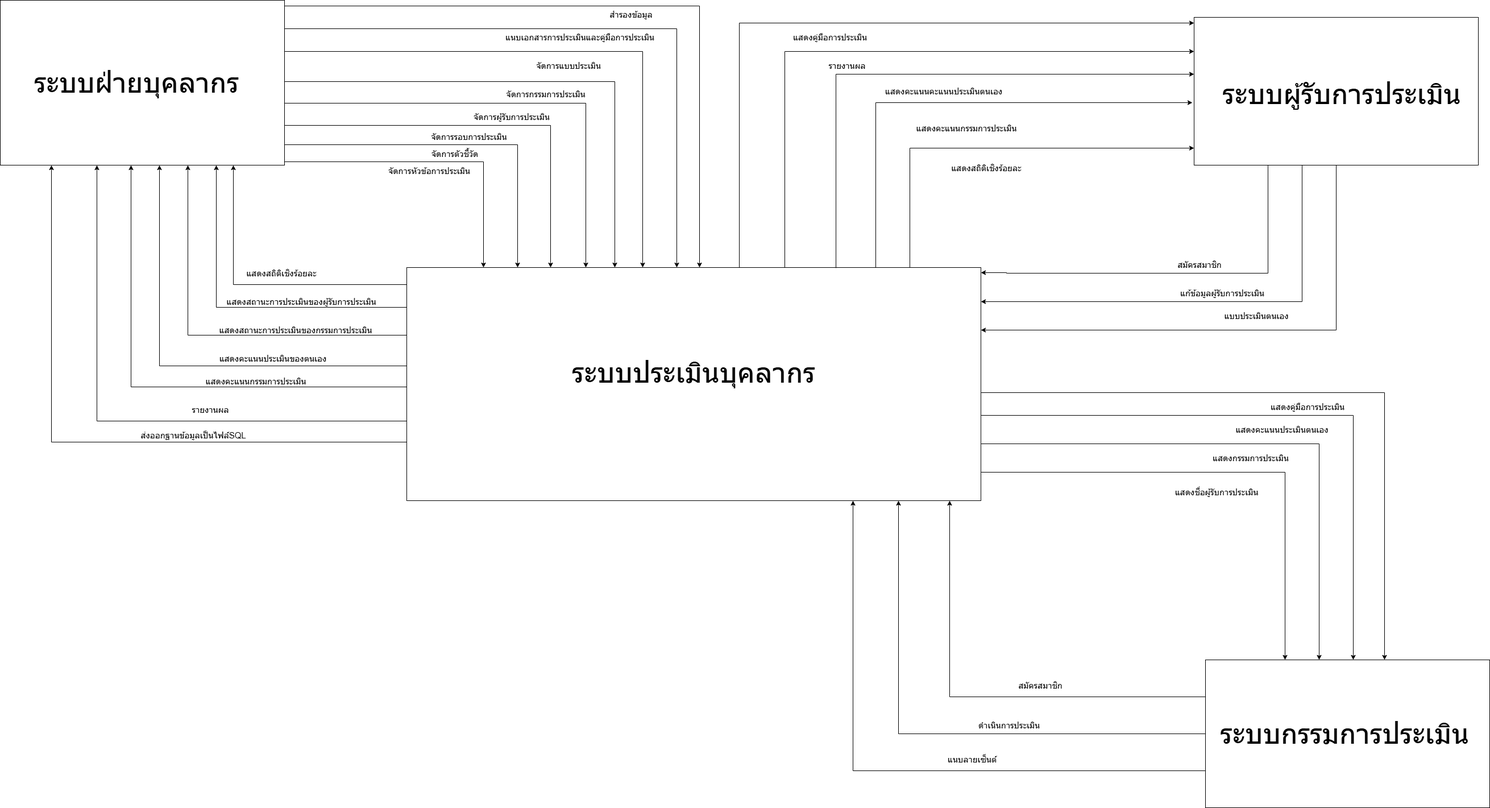
Above: Draw-pre30/pretest30-pre30-1.drawio.png in YoomaTakahashi/pretest30 (draw.io), before the change. Source tidied: cells renumbered, new cells last; positions are measured from the earlier drawing's top-left corner, leaving out a move shared by most shapes.
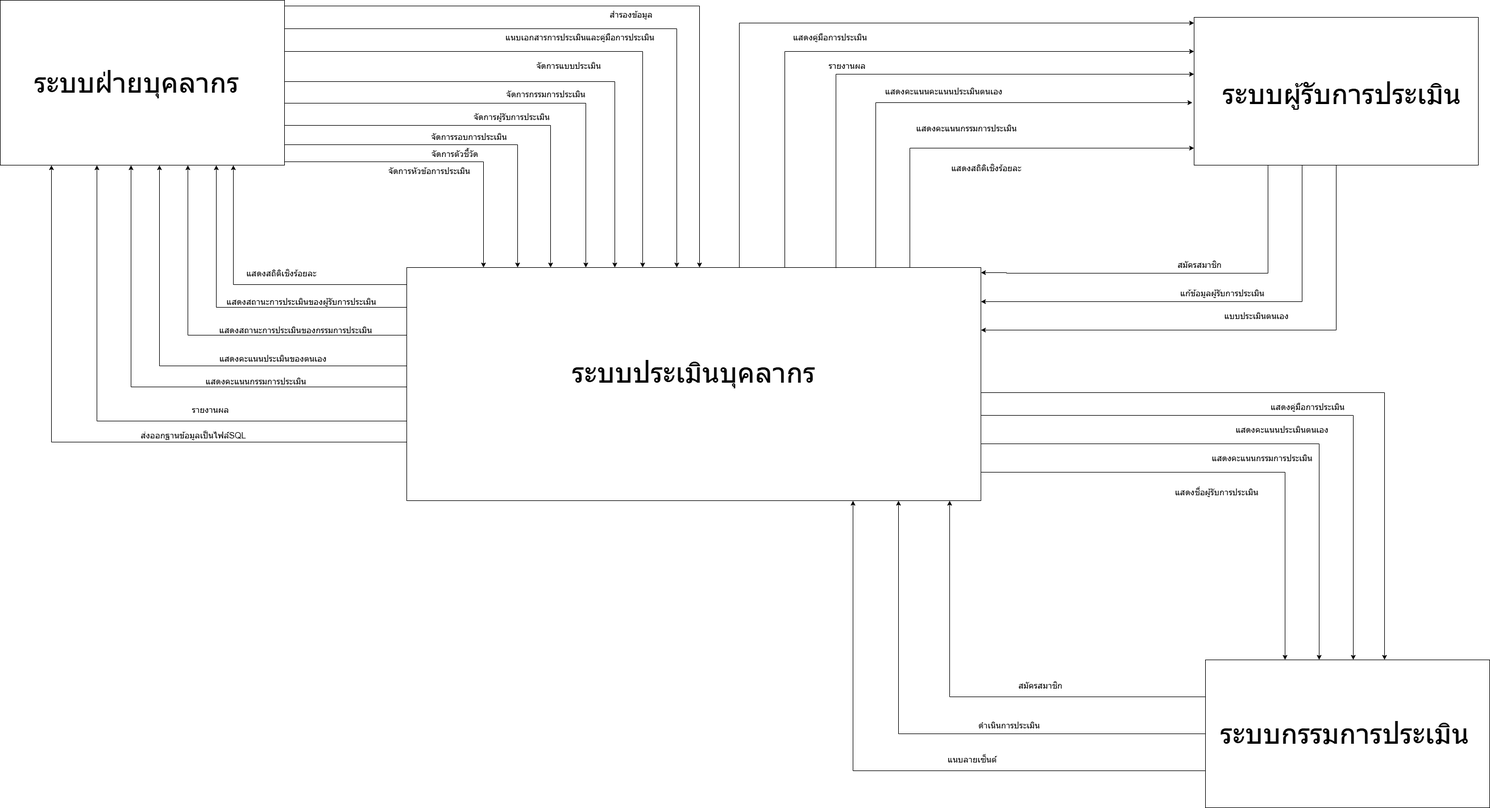
The same diagram one commit later.

Commit message:
draw-signature

The edit, as a diff of the source:
```diff
@@ -121,8 +121,8 @@
     <mxCell id="23" value="&lt;font style=&quot;font-size: 15px;&quot;&gt;แสดงคะแนนประเมินตนเอง&lt;/font&gt;" style="text;html=1;whiteSpace=wrap;strokeColor=none;fillColor=none;align=center;verticalAlign=middle;rounded=0;" parent="1" vertex="1">
       <mxGeometry x="2160" y="740" width="190" height="30" as="geometry" />
     </mxCell>
-    <mxCell id="24" value="&lt;font style=&quot;font-size: 15px;&quot;&gt;แสดงกรรมการประเมิน&lt;/font&gt;" style="text;html=1;whiteSpace=wrap;strokeColor=none;fillColor=none;align=center;verticalAlign=middle;rounded=0;" parent="1" vertex="1">
-      <mxGeometry x="2130" y="790" width="140" height="30" as="geometry" />
+    <mxCell id="24" value="&lt;font style=&quot;font-size: 15px;&quot;&gt;แสดงคะแนนกรรมการประเมิน&lt;/font&gt;" style="text;html=1;whiteSpace=wrap;strokeColor=none;fillColor=none;align=center;verticalAlign=middle;rounded=0;" parent="1" vertex="1">
+      <mxGeometry x="2130" y="790" width="180" height="30" as="geometry" />
     </mxCell>
     <mxCell id="25" value="&lt;font style=&quot;font-size: 15px;&quot;&gt;แสดงชื่อผู้รับการประเมิน&lt;/font&gt;" style="text;html=1;whiteSpace=wrap;strokeColor=none;fillColor=none;align=center;verticalAlign=middle;rounded=0;" parent="1" vertex="1">
       <mxGeometry x="2060" y="850" width="160" height="30" as="geometry" />
```
